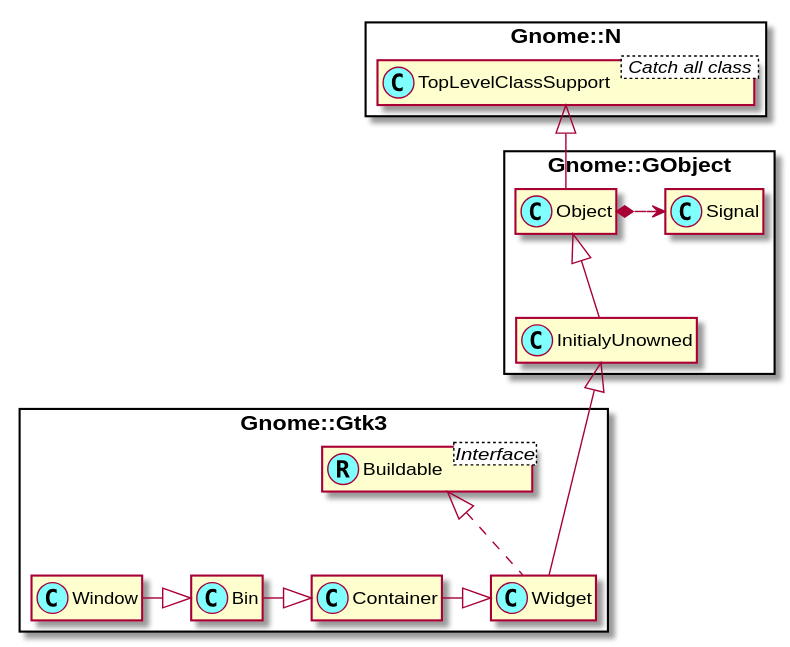
Before: docs/content-docs/reference/Gtk3/plantuml/Window.svg, a diagram exported from PlantUML (MARTIMM/gnome-gtk3).
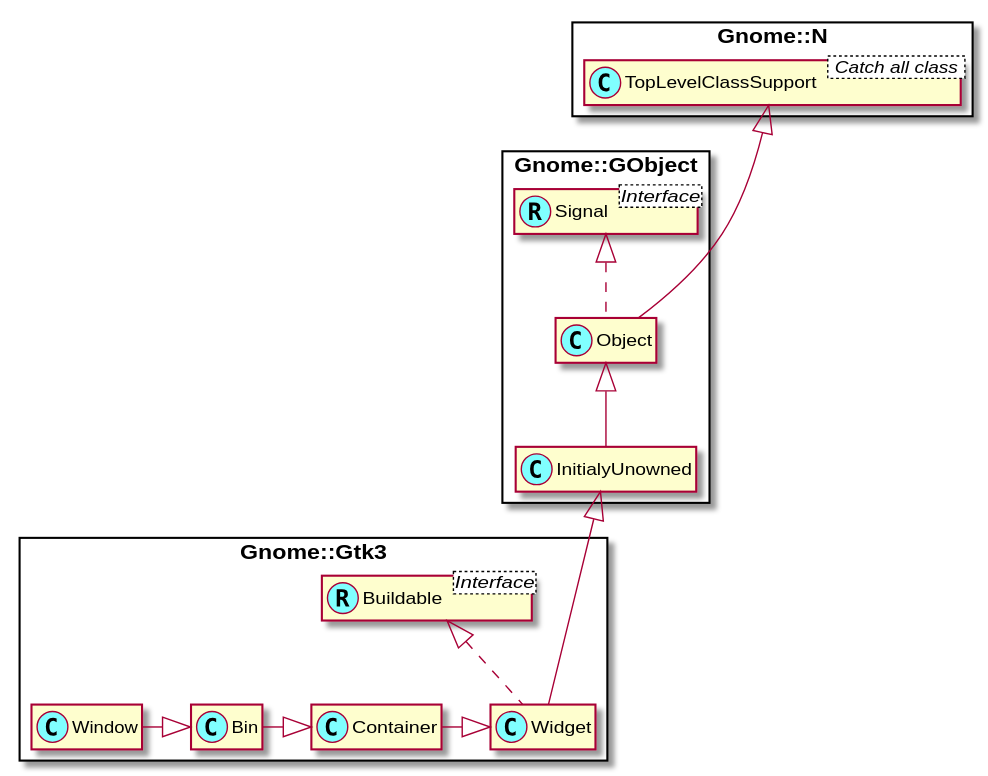
After the change.

Diff of the diagram source:
```diff
@@ -6,13 +6,17 @@
 
 class Gnome::N::TopLevelClassSupport < Catch all class >
 
+Interface Gnome::GObject::Signal <Interface>
+class Gnome::GObject::Signal <<(R,#80ffff)>>
+
+
 
 Interface Gnome::Gtk3::Buildable <Interface>
 class Gnome::Gtk3::Buildable <<(R,#80ffff)>>
 
-Gnome::N::TopLevelClassSupport <|-- Gnome::GObject::Object
+Gnome::N::TopLevelClassSupport <|--- Gnome::GObject::Object
 Gnome::GObject::Object <|-- Gnome::GObject::InitialyUnowned
-Gnome::GObject::Object *-> Gnome::GObject::Signal
+Gnome::GObject::Signal <|.. Gnome::GObject::Object
 
 Gnome::GObject::InitialyUnowned <|--- Gnome::Gtk3::Widget
 
```
